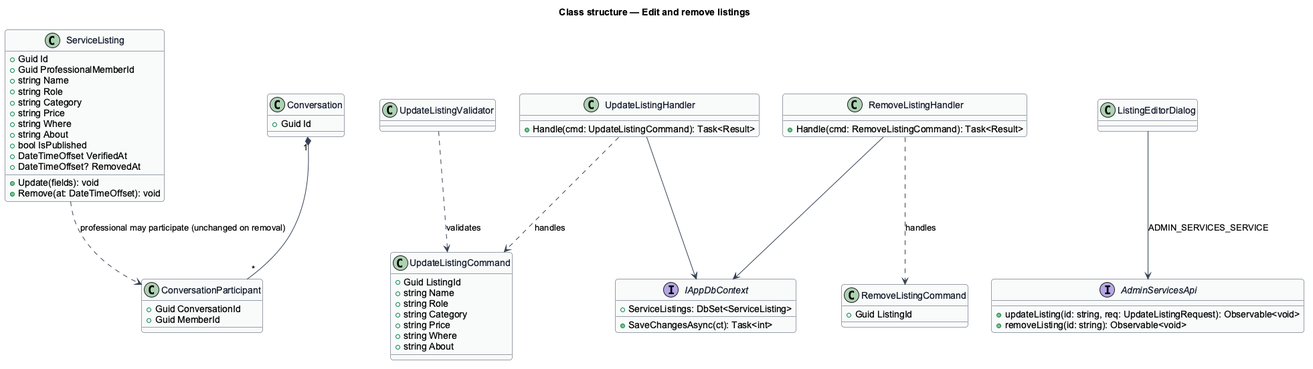
This is docs/detailed-designs/admin-services/edit-and-remove-listings/diagrams/class-structure.png from QuinntyneBrown/christian-fitness, a PlantUML export, as it was before one commit.
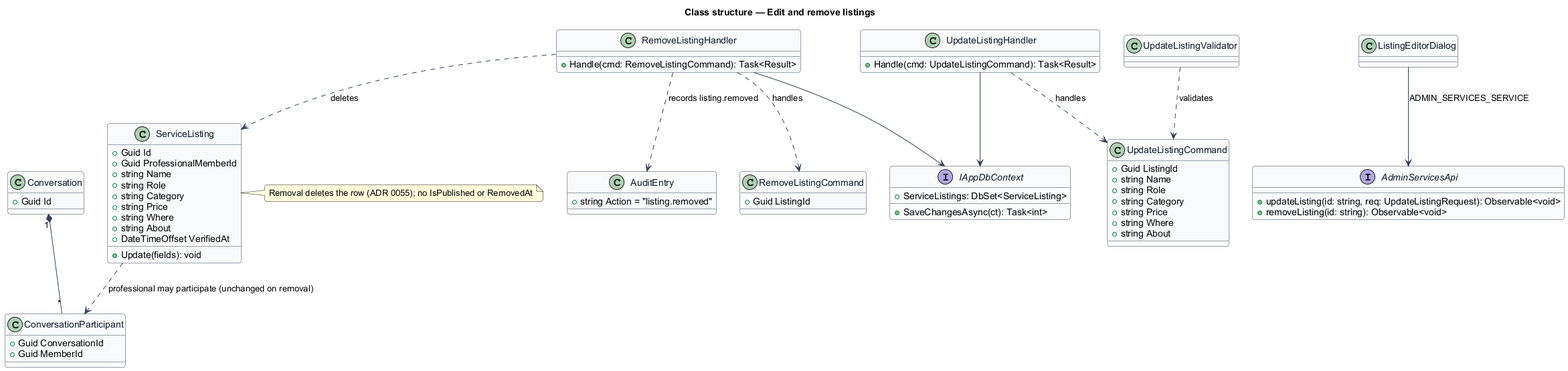
Later version of the same file.

Change to the diagram source:
```diff
@@ -20,11 +20,12 @@
   +string Price
   +string Where
   +string About
-  +bool IsPublished
   +DateTimeOffset VerifiedAt
-  +DateTimeOffset? RemovedAt
   +Update(fields): void
-  +Remove(at: DateTimeOffset): void
+}
+note right of ServiceListing : Removal deletes the row (ADR 0055); no IsPublished or RemovedAt
+class AuditEntry {
+  +string Action = "listing.removed"
 }
 class Conversation {
   +Guid Id
@@ -68,5 +69,7 @@
 RemoveListingHandler ..> RemoveListingCommand : handles
 UpdateListingHandler --> IAppDbContext
 RemoveListingHandler --> IAppDbContext
+RemoveListingHandler ..> ServiceListing : deletes
+RemoveListingHandler ..> AuditEntry : records listing.removed
 ListingEditorDialog --> AdminServicesApi : ADMIN_SERVICES_SERVICE
 @enduml
```
